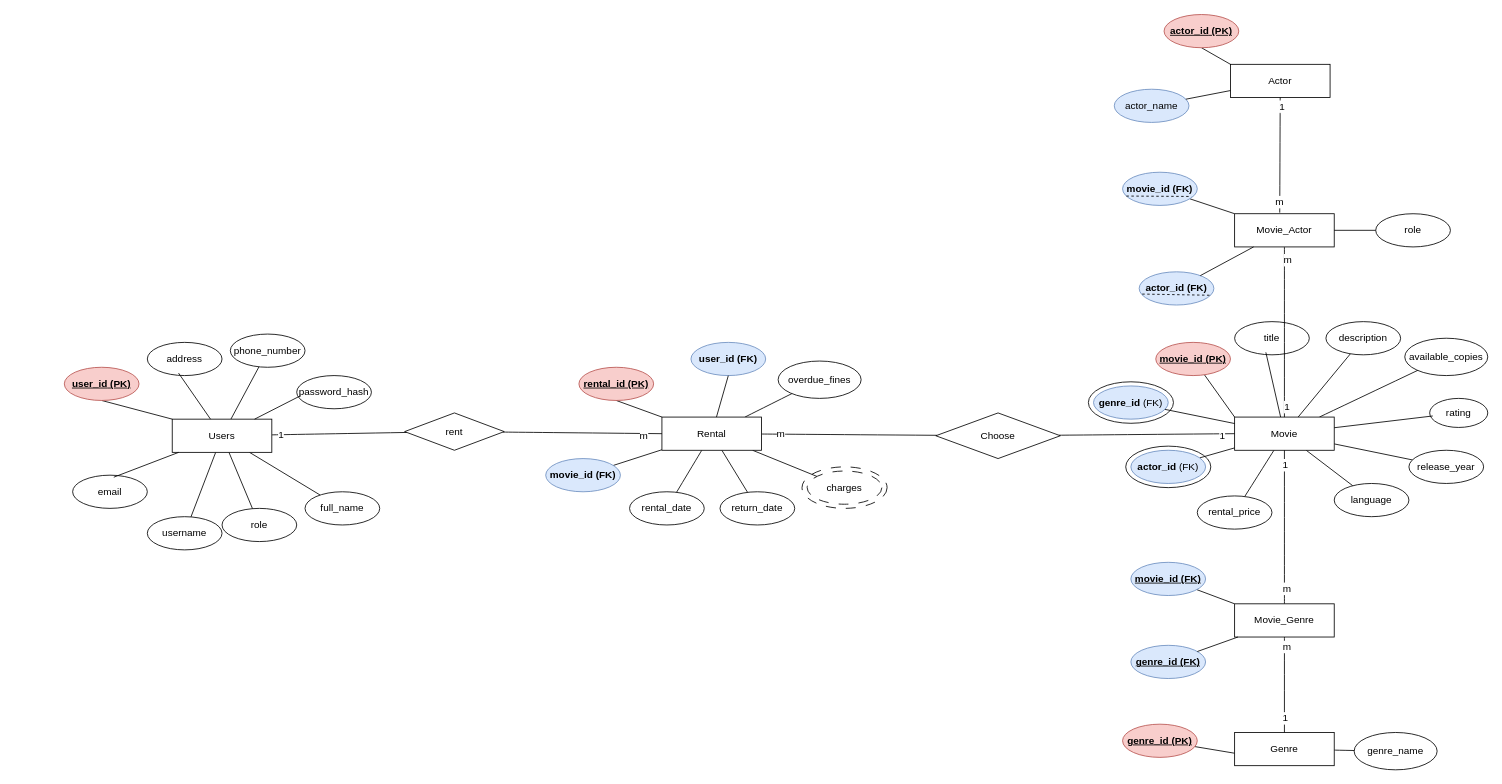
This is ERD_MovieRentalSystem.drawio from TAK1ST/Rentail-Movie, a draw.io file, before an edit. Source tidied: cells renumbered, new cells numbered last; positions are measured from the earlier drawing's top-left corner, leaving out a move shared by most shapes. Both pictures are drawn from the tidied source at 83%, with x=0, y=0 at pixel (64, 14).
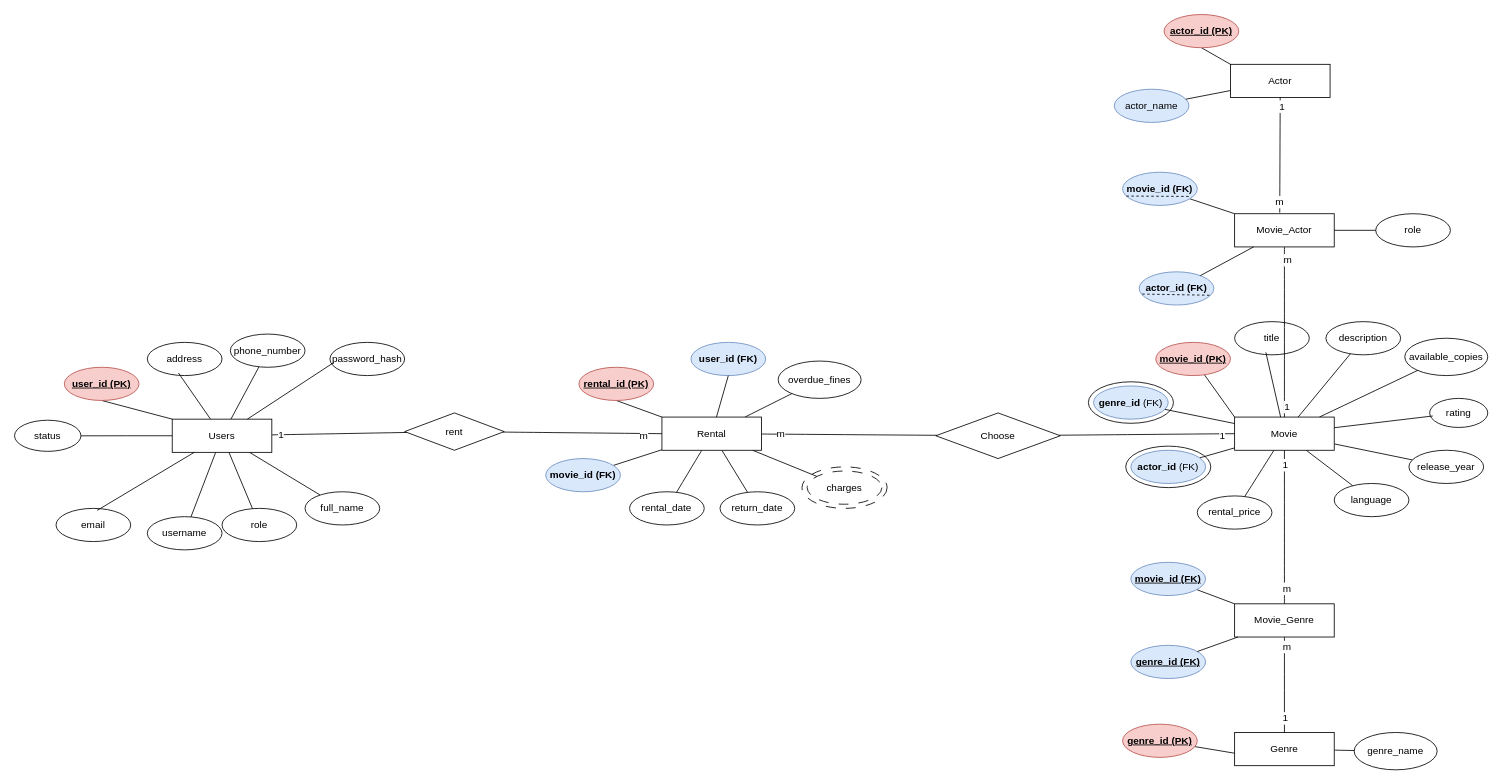
Above is the later version.

Unchanged cells that the change refers to:
```xml
<mxCell id="9" value="Users" style="whiteSpace=wrap;html=1;strokeColor=default;" parent="1" vertex="1">
  <mxGeometry x="130" y="487.5" width="120" height="40" as="geometry" />
</mxCell>
```

The edit, as a diff of the source:
```diff
@@
+    <mxCell id="104" style="edgeStyle=orthogonalEdgeStyle;rounded=0;jettySize=auto;html=1;endArrow=none;endFill=0;" parent="1" edge="1" source="9" target="105">
+      <mxGeometry relative="1" as="geometry" />
+    </mxCell>
@@
     <mxCell id="13" value="email" style="ellipse;whiteSpace=wrap;html=1;" parent="1" vertex="1">
-      <mxGeometry x="10" y="555" width="90" height="40" as="geometry" />
+      <mxGeometry x="-10" y="595" width="90" height="40" as="geometry" />
     </mxCell>
     <mxCell id="14" value="password_hash" style="ellipse;whiteSpace=wrap;html=1;" parent="1" vertex="1">
-      <mxGeometry x="280" y="435" width="90" height="40" as="geometry" />
+      <mxGeometry x="320" y="395" width="90" height="40" as="geometry" />
     </mxCell>
@@
+    <mxCell id="105" value="status" style="ellipse;whiteSpace=wrap;html=1;" parent="1" vertex="1">
+      <mxGeometry x="-60" y="488.8" width="80" height="37.5" as="geometry" />
+    </mxCell>
```
